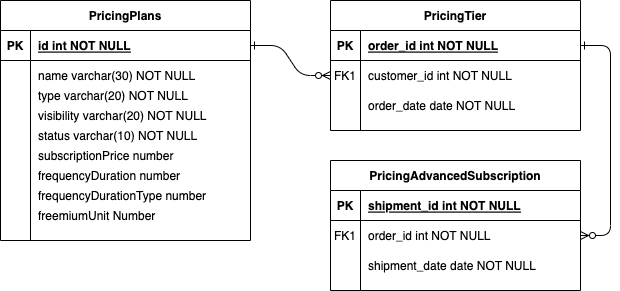
This is Untitled Diagram.drawio.png from byaton/js-practice, a draw.io export, as it was before one commit. Source tidied: cells renumbered, new cells last; positions are measured from the earlier drawing's top-left corner, leaving out a move shared by most shapes.
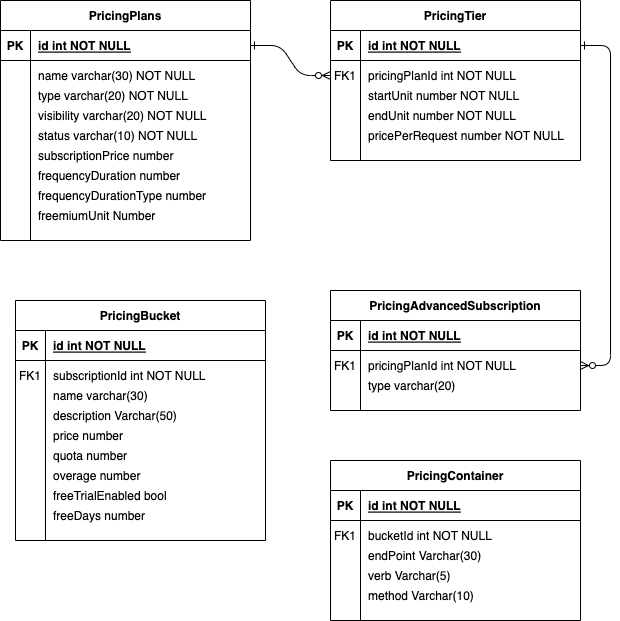
After the commit.

Change to the diagram source:
```diff
@@ -9,7 +9,7 @@
       <mxGeometry relative="1" as="geometry" />
     </mxCell>
     <mxCell id="4" value="PricingTier" style="shape=table;startSize=30;rowLines=0;fontStyle=1;align=center;" parent="1" vertex="1">
-      <mxGeometry x="330" width="250" height="130" as="geometry" />
+      <mxGeometry x="330" width="250" height="160" as="geometry" />
     </mxCell>
     <mxCell id="5" style="shape=partialRectangle;fillColor=none;points=[[0,0.5],[1,0.5]];portConstraint=eastwest;top=0;left=0;right=0;bottom=1;" parent="4" vertex="1">
       <mxGeometry y="30" width="250" height="30" as="geometry" />
@@ -17,7 +17,7 @@
     <mxCell id="6" value="PK" style="shape=partialRectangle;overflow=hidden;fillColor=none;top=0;left=0;bottom=0;right=0;fontStyle=1;" parent="5" vertex="1">
       <mxGeometry width="30" height="30" as="geometry" />
     </mxCell>
-    <mxCell id="7" value="order_id int NOT NULL " style="shape=partialRectangle;overflow=hidden;fillColor=none;top=0;left=0;bottom=0;right=0;align=left;spacingLeft=6;fontStyle=5;" parent="5" vertex="1">
+    <mxCell id="7" value="id int NOT NULL " style="shape=partialRectangle;overflow=hidden;fillColor=none;top=0;left=0;bottom=0;right=0;align=left;spacingLeft=6;fontStyle=5;" parent="5" vertex="1">
       <mxGeometry x="30" width="220" height="30" as="geometry" />
     </mxCell>
     <mxCell id="8" style="shape=partialRectangle;fillColor=none;points=[[0,0.5],[1,0.5]];portConstraint=eastwest;top=0;left=0;right=0;bottom=0;" parent="4" vertex="1">
@@ -26,7 +26,7 @@
     <mxCell id="9" value="FK1" style="shape=partialRectangle;overflow=hidden;fillColor=none;top=0;left=0;bottom=0;right=0;" parent="8" vertex="1">
       <mxGeometry width="30" height="30" as="geometry" />
     </mxCell>
-    <mxCell id="10" value="customer_id int NOT NULL" style="shape=partialRectangle;overflow=hidden;fillColor=none;top=0;left=0;bottom=0;right=0;align=left;spacingLeft=6;" parent="8" vertex="1">
+    <mxCell id="10" value="pricingPlanId int NOT NULL" style="shape=partialRectangle;overflow=hidden;fillColor=none;top=0;left=0;bottom=0;right=0;align=left;spacingLeft=6;" parent="8" vertex="1">
       <mxGeometry x="30" width="220" height="30" as="geometry" />
     </mxCell>
     <mxCell id="11" style="shape=partialRectangle;fillColor=none;top=0;left=0;right=0;bottom=0;" parent="4" vertex="1">
@@ -35,11 +35,11 @@
     <mxCell id="12" style="shape=partialRectangle;overflow=hidden;fillColor=none;top=0;left=0;bottom=0;right=0;" parent="11" vertex="1">
       <mxGeometry width="30" height="30" as="geometry" />
     </mxCell>
-    <mxCell id="13" value="order_date date NOT NULL" style="shape=partialRectangle;overflow=hidden;fillColor=none;top=0;left=0;bottom=0;right=0;align=left;spacingLeft=6;" parent="11" vertex="1">
+    <mxCell id="13" style="shape=partialRectangle;overflow=hidden;fillColor=none;top=0;left=0;bottom=0;right=0;align=left;spacingLeft=6;" parent="11" vertex="1">
       <mxGeometry x="30" width="220" height="30" as="geometry" />
     </mxCell>
     <mxCell id="14" value="PricingAdvancedSubscription" style="shape=table;startSize=30;rowLines=0;fontStyle=1;align=center;" parent="1" vertex="1">
-      <mxGeometry x="330" y="160" width="250" height="130" as="geometry" />
+      <mxGeometry x="330" y="290" width="250" height="120" as="geometry" />
     </mxCell>
     <mxCell id="15" style="shape=partialRectangle;fillColor=none;top=0;left=0;right=0;bottom=1;" parent="14" vertex="1">
       <mxGeometry y="30" width="250" height="30" as="geometry" />
@@ -47,7 +47,7 @@
     <mxCell id="16" value="PK" style="shape=partialRectangle;overflow=hidden;fillColor=none;top=0;left=0;bottom=0;right=0;fontStyle=1;" parent="15" vertex="1">
       <mxGeometry width="30" height="30" as="geometry" />
     </mxCell>
-    <mxCell id="17" value="shipment_id int NOT NULL " style="shape=partialRectangle;overflow=hidden;fillColor=none;top=0;left=0;bottom=0;right=0;align=left;spacingLeft=6;fontStyle=5;" parent="15" vertex="1">
+    <mxCell id="17" value="id int NOT NULL " style="shape=partialRectangle;overflow=hidden;fillColor=none;top=0;left=0;bottom=0;right=0;align=left;spacingLeft=6;fontStyle=5;" parent="15" vertex="1">
       <mxGeometry x="30" width="220" height="30" as="geometry" />
     </mxCell>
     <mxCell id="18" style="shape=partialRectangle;fillColor=none;points=[[0,0.5],[1,0.5]];portConstraint=eastwest;top=0;left=0;right=0;bottom=0;" parent="14" vertex="1">
@@ -56,7 +56,7 @@
     <mxCell id="19" value="FK1" style="shape=partialRectangle;overflow=hidden;fillColor=none;top=0;left=0;bottom=0;right=0;" parent="18" vertex="1">
       <mxGeometry width="30" height="30" as="geometry" />
     </mxCell>
-    <mxCell id="20" value="order_id int NOT NULL" style="shape=partialRectangle;overflow=hidden;fillColor=none;top=0;left=0;bottom=0;right=0;align=left;spacingLeft=6;" parent="18" vertex="1">
+    <mxCell id="20" value="pricingPlanId int NOT NULL" style="shape=partialRectangle;overflow=hidden;fillColor=none;top=0;left=0;bottom=0;right=0;align=left;spacingLeft=6;" parent="18" vertex="1">
       <mxGeometry x="30" width="220" height="30" as="geometry" />
     </mxCell>
     <mxCell id="21" style="shape=partialRectangle;fillColor=none;top=0;left=0;right=0;bottom=0;" parent="14" vertex="1">
@@ -65,7 +65,7 @@
     <mxCell id="22" style="shape=partialRectangle;overflow=hidden;fillColor=none;top=0;left=0;bottom=0;right=0;" parent="21" vertex="1">
       <mxGeometry width="30" height="30" as="geometry" />
     </mxCell>
-    <mxCell id="23" value="shipment_date date NOT NULL" style="shape=partialRectangle;overflow=hidden;fillColor=none;top=0;left=0;bottom=0;right=0;align=left;spacingLeft=6;" parent="21" vertex="1">
+    <mxCell id="23" style="shape=partialRectangle;overflow=hidden;fillColor=none;top=0;left=0;bottom=0;right=0;align=left;spacingLeft=6;" parent="21" vertex="1">
       <mxGeometry x="30" width="220" height="30" as="geometry" />
     </mxCell>
     <mxCell id="24" value="PricingPlans" style="shape=table;startSize=30;rowLines=0;fontStyle=1;align=center;" parent="1" vertex="1">
@@ -110,5 +110,89 @@
     <mxCell id="37" value="freemiumUnit Number" style="shape=partialRectangle;overflow=hidden;fillColor=none;top=0;left=0;bottom=0;right=0;align=left;spacingLeft=6;" parent="1" vertex="1">
       <mxGeometry x="30" y="200" width="220" height="30" as="geometry" />
     </mxCell>
+    <mxCell id="38" value="startUnit number NOT NULL" style="shape=partialRectangle;overflow=hidden;fillColor=none;top=0;left=0;bottom=0;right=0;align=left;spacingLeft=6;" parent="1" vertex="1">
+      <mxGeometry x="360" y="80" width="220" height="30" as="geometry" />
+    </mxCell>
+    <mxCell id="39" value="endUnit number NOT NULL" style="shape=partialRectangle;overflow=hidden;fillColor=none;top=0;left=0;bottom=0;right=0;align=left;spacingLeft=6;" parent="1" vertex="1">
+      <mxGeometry x="360" y="100" width="220" height="30" as="geometry" />
+    </mxCell>
+    <mxCell id="40" value="pricePerRequest number NOT NULL" style="shape=partialRectangle;overflow=hidden;fillColor=none;top=0;left=0;bottom=0;right=0;align=left;spacingLeft=6;" parent="1" vertex="1">
+      <mxGeometry x="360" y="120" width="220" height="30" as="geometry" />
+    </mxCell>
+    <mxCell id="41" value="type varchar(20)" style="shape=partialRectangle;overflow=hidden;fillColor=none;top=0;left=0;bottom=0;right=0;align=left;spacingLeft=6;" parent="1" vertex="1">
+      <mxGeometry x="360" y="370" width="220" height="30" as="geometry" />
+    </mxCell>
+    <mxCell id="42" value="PricingBucket" style="shape=table;startSize=30;rowLines=0;fontStyle=1;align=center;" parent="1" vertex="1">
+      <mxGeometry x="15" y="300" width="250" height="240" as="geometry" />
+    </mxCell>
+    <mxCell id="43" style="shape=partialRectangle;fillColor=none;top=0;left=0;right=0;bottom=1;" parent="42" vertex="1">
+      <mxGeometry y="30" width="250" height="30" as="geometry" />
+    </mxCell>
+    <mxCell id="44" value="PK" style="shape=partialRectangle;overflow=hidden;fillColor=none;top=0;left=0;bottom=0;right=0;fontStyle=1;" parent="43" vertex="1">
+      <mxGeometry width="30" height="30" as="geometry" />
+    </mxCell>
+    <mxCell id="45" value="id int NOT NULL " style="shape=partialRectangle;overflow=hidden;fillColor=none;top=0;left=0;bottom=0;right=0;align=left;spacingLeft=6;fontStyle=5;" parent="43" vertex="1">
+      <mxGeometry x="30" width="220" height="30" as="geometry" />
+    </mxCell>
+    <mxCell id="46" style="shape=partialRectangle;fillColor=none;top=0;left=0;right=0;bottom=0;" parent="42" vertex="1">
+      <mxGeometry y="60" width="250" height="30" as="geometry" />
+    </mxCell>
+    <mxCell id="47" value="FK1" style="shape=partialRectangle;overflow=hidden;fillColor=none;top=0;left=0;bottom=0;right=0;" parent="46" vertex="1">
+      <mxGeometry width="30" height="30" as="geometry" />
+    </mxCell>
+    <mxCell id="48" value="subscriptionId int NOT NULL" style="shape=partialRectangle;overflow=hidden;fillColor=none;top=0;left=0;bottom=0;right=0;align=left;spacingLeft=6;" parent="46" vertex="1">
+      <mxGeometry x="30" width="220" height="30" as="geometry" />
+    </mxCell>
+    <mxCell id="49" value="name varchar(30)" style="shape=partialRectangle;overflow=hidden;fillColor=none;top=0;left=0;bottom=0;right=0;align=left;spacingLeft=6;" parent="1" vertex="1">
+      <mxGeometry x="45" y="380" width="220" height="30" as="geometry" />
+    </mxCell>
+    <mxCell id="50" value="description Varchar(50)" style="shape=partialRectangle;overflow=hidden;fillColor=none;top=0;left=0;bottom=0;right=0;align=left;spacingLeft=6;" parent="1" vertex="1">
+      <mxGeometry x="45" y="400" width="220" height="30" as="geometry" />
+    </mxCell>
+    <mxCell id="51" value="price number" style="shape=partialRectangle;overflow=hidden;fillColor=none;top=0;left=0;bottom=0;right=0;align=left;spacingLeft=6;" parent="1" vertex="1">
+      <mxGeometry x="45" y="420" width="220" height="30" as="geometry" />
+    </mxCell>
+    <mxCell id="52" value="quota number" style="shape=partialRectangle;overflow=hidden;fillColor=none;top=0;left=0;bottom=0;right=0;align=left;spacingLeft=6;" parent="1" vertex="1">
+      <mxGeometry x="45" y="440" width="220" height="30" as="geometry" />
+    </mxCell>
+    <mxCell id="53" value="overage number" style="shape=partialRectangle;overflow=hidden;fillColor=none;top=0;left=0;bottom=0;right=0;align=left;spacingLeft=6;" parent="1" vertex="1">
+      <mxGeometry x="45" y="460" width="220" height="30" as="geometry" />
+    </mxCell>
+    <mxCell id="54" value="freeTrialEnabled bool" style="shape=partialRectangle;overflow=hidden;fillColor=none;top=0;left=0;bottom=0;right=0;align=left;spacingLeft=6;" parent="1" vertex="1">
+      <mxGeometry x="45" y="480" width="220" height="30" as="geometry" />
+    </mxCell>
+    <mxCell id="55" value="freeDays number" style="shape=partialRectangle;overflow=hidden;fillColor=none;top=0;left=0;bottom=0;right=0;align=left;spacingLeft=6;" parent="1" vertex="1">
+      <mxGeometry x="45" y="500" width="220" height="30" as="geometry" />
+    </mxCell>
+    <mxCell id="56" value="PricingContainer" style="shape=table;startSize=30;rowLines=0;fontStyle=1;align=center;" parent="1" vertex="1">
+      <mxGeometry x="330" y="460" width="250" height="160" as="geometry" />
+    </mxCell>
+    <mxCell id="57" style="shape=partialRectangle;fillColor=none;top=0;left=0;right=0;bottom=1;" parent="56" vertex="1">
+      <mxGeometry y="30" width="250" height="30" as="geometry" />
+    </mxCell>
+    <mxCell id="58" value="PK" style="shape=partialRectangle;overflow=hidden;fillColor=none;top=0;left=0;bottom=0;right=0;fontStyle=1;" parent="57" vertex="1">
+      <mxGeometry width="30" height="30" as="geometry" />
+    </mxCell>
+    <mxCell id="59" value="id int NOT NULL " style="shape=partialRectangle;overflow=hidden;fillColor=none;top=0;left=0;bottom=0;right=0;align=left;spacingLeft=6;fontStyle=5;" parent="57" vertex="1">
+      <mxGeometry x="30" width="220" height="30" as="geometry" />
+    </mxCell>
+    <mxCell id="60" style="shape=partialRectangle;fillColor=none;top=0;left=0;right=0;bottom=0;" parent="56" vertex="1">
+      <mxGeometry y="60" width="250" height="30" as="geometry" />
+    </mxCell>
+    <mxCell id="61" value="FK1" style="shape=partialRectangle;overflow=hidden;fillColor=none;top=0;left=0;bottom=0;right=0;" parent="60" vertex="1">
+      <mxGeometry width="30" height="30" as="geometry" />
+    </mxCell>
+    <mxCell id="62" value="bucketId int NOT NULL" style="shape=partialRectangle;overflow=hidden;fillColor=none;top=0;left=0;bottom=0;right=0;align=left;spacingLeft=6;" parent="60" vertex="1">
+      <mxGeometry x="30" width="220" height="30" as="geometry" />
+    </mxCell>
+    <mxCell id="63" value="endPoint Varchar(30)" style="shape=partialRectangle;overflow=hidden;fillColor=none;top=0;left=0;bottom=0;right=0;align=left;spacingLeft=6;" parent="1" vertex="1">
+      <mxGeometry x="360" y="540" width="220" height="30" as="geometry" />
+    </mxCell>
+    <mxCell id="64" value="verb Varchar(5)" style="shape=partialRectangle;overflow=hidden;fillColor=none;top=0;left=0;bottom=0;right=0;align=left;spacingLeft=6;" parent="1" vertex="1">
+      <mxGeometry x="360" y="560" width="220" height="30" as="geometry" />
+    </mxCell>
+    <mxCell id="65" value="method Varchar(10)" style="shape=partialRectangle;overflow=hidden;fillColor=none;top=0;left=0;bottom=0;right=0;align=left;spacingLeft=6;" parent="1" vertex="1">
+      <mxGeometry x="360" y="580" width="220" height="30" as="geometry" />
+    </mxCell>
   </root>
 </mxGraphModel>
```
